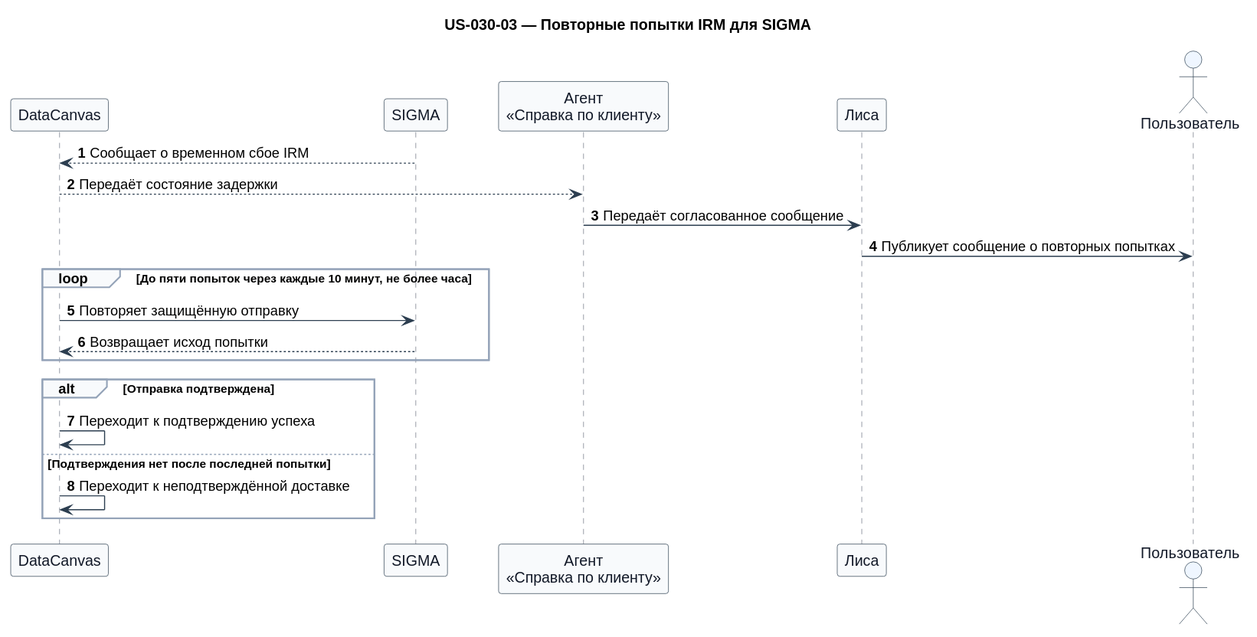
Above: artifacts/evidence/co-2026-003/user-story-sequence-diagrams/svg/us-030-03.svg in RussianLioN/datacanvas (PlantUML), before the change. Source of this version:
```plantuml
@startuml
!pragma teoz true
skinparam shadowing false
skinparam defaultFontName Arial
skinparam sequence {
  ArrowColor #2C3E50
  LifeLineBorderColor #6B7280
  ParticipantBorderColor #2C3E50
  ParticipantBackgroundColor #F8FAFC
  ParticipantFontColor #111827
  ActorBorderColor #2C3E50
  ActorBackgroundColor #EFF6FF
  ActorFontColor #111827
  GroupBorderColor #94A3B8
  GroupBackgroundColor #F8FAFC
}
title US-030-03 — Повторные попытки IRM для SIGMA

participant "DataCanvas" as datacanvas
participant "SIGMA" as sigma
participant "Агент\n«Справка по клиенту»" as client
participant "Лиса" as lisa
actor "Пользователь" as user

autonumber
sigma --> datacanvas: Сообщает о временном сбое IRM
datacanvas --> client: Передаёт состояние задержки
client -> lisa: Передаёт согласованное сообщение
lisa -> user: Публикует сообщение о повторных попытках
loop До пяти попыток через каждые 10 минут, не более часа
  datacanvas -> sigma: Повторяет защищённую отправку
  sigma --> datacanvas: Возвращает исход попытки
end
alt Отправка подтверждена
  datacanvas -> datacanvas: Переходит к подтверждению успеха
else Подтверждения нет после последней попытки
  datacanvas -> datacanvas: Переходит к неподтверждённой доставке
end
@enduml
```
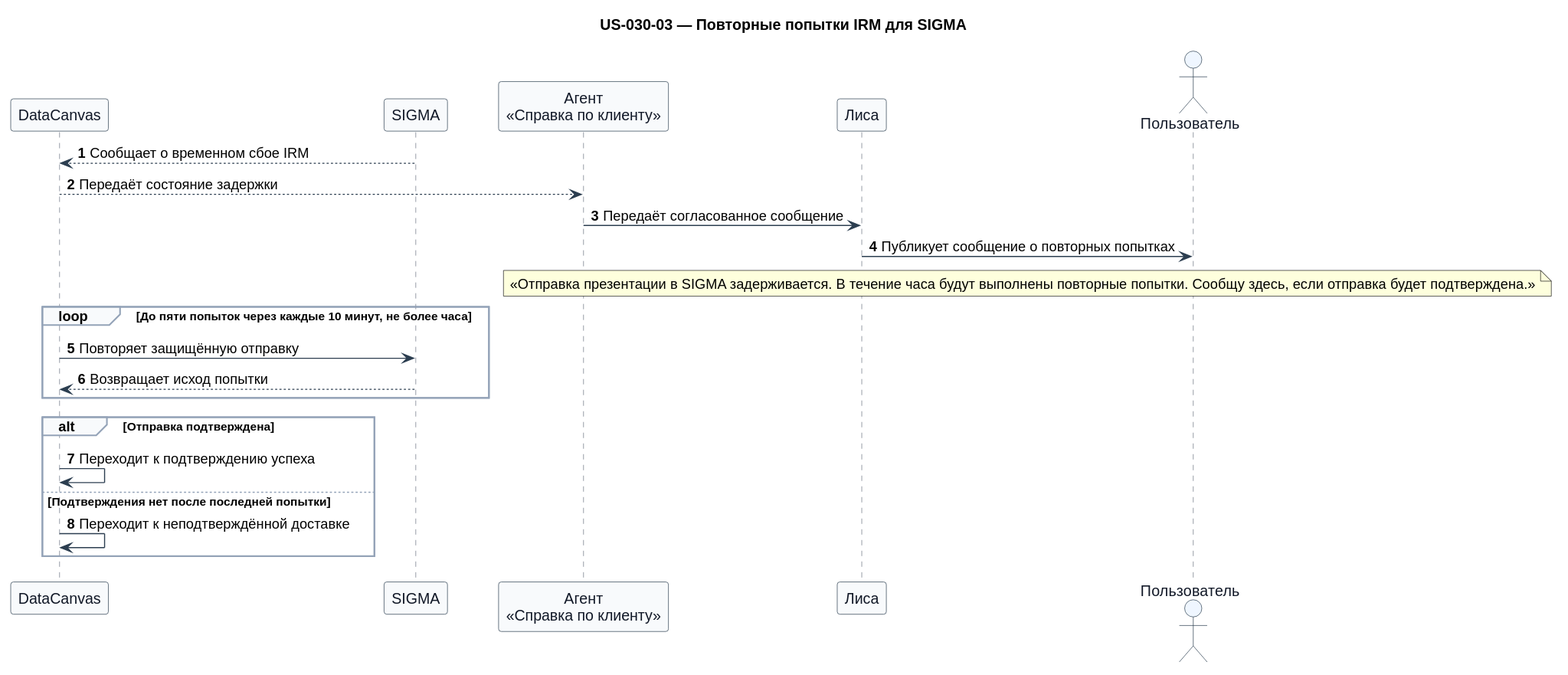
After the commit.

The edit, as a diff of the source:
```diff
@@ -27,6 +27,7 @@
 datacanvas --> client: Передаёт состояние задержки
 client -> lisa: Передаёт согласованное сообщение
 lisa -> user: Публикует сообщение о повторных попытках
+note over lisa,user: «Отправка презентации в SIGMA задерживается. В течение часа будут выполнены повторные попытки. Сообщу здесь, если отправка будет подтверждена.»
 loop До пяти попыток через каждые 10 минут, не более часа
   datacanvas -> sigma: Повторяет защищённую отправку
   sigma --> datacanvas: Возвращает исход попытки
```
